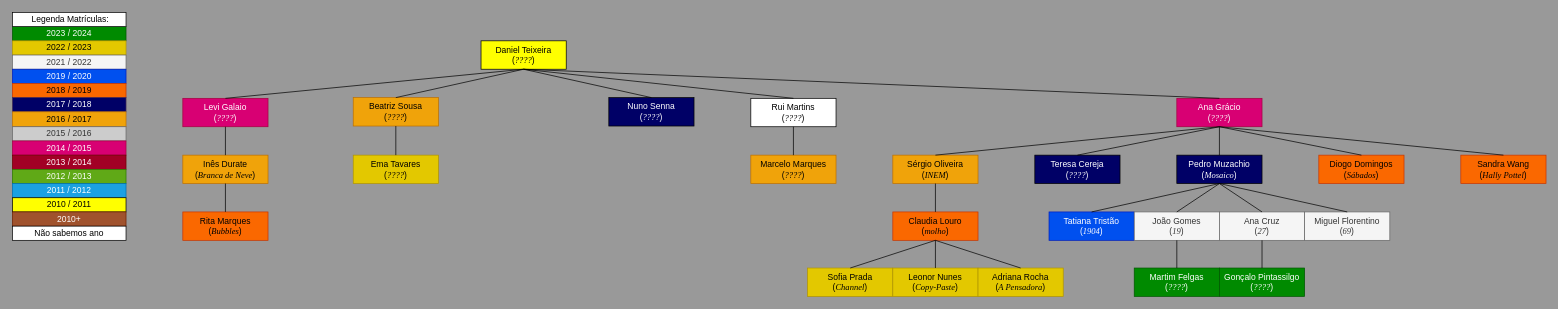
Earlier version of the draw.io diagram Draw.io/Familia_do_Daniel_Teixeira.drawio (pdmtmr/PDMTMRTESTLOCATION-AKA-ARBUSTO). Source tidied: cells renumbered, new cells numbered last; positions are measured from the earlier drawing's top-left corner, leaving out a move shared by most shapes. Both pictures are drawn from the tidied source at 71%, with x=0, y=0 at pixel (12, 12).
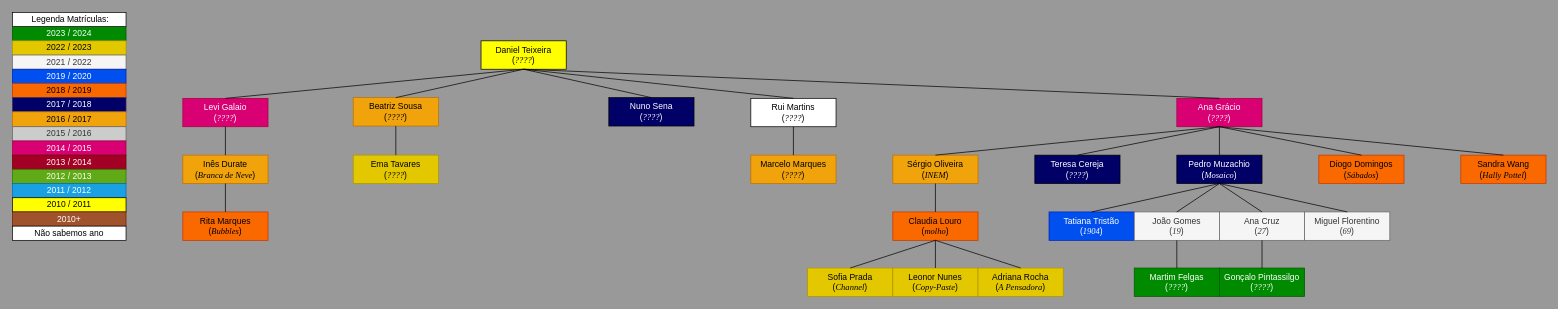
Above is the later version.

Diff of the diagram source:
```diff
@@
-    <mxCell id="63" value="&lt;div&gt;&lt;span style=&quot;background-color: initial;&quot;&gt;Nuno Senna&lt;/span&gt;&lt;/div&gt;&lt;div&gt;&lt;span style=&quot;background-color: initial;&quot;&gt;(&lt;/span&gt;&lt;i style=&quot;background-color: initial;&quot;&gt;&lt;font face=&quot;Times New Roman&quot;&gt;????&lt;/font&gt;&lt;/i&gt;&lt;span style=&quot;background-color: initial;&quot;&gt;)&lt;/span&gt;&lt;/div&gt;" style="rounded=0;whiteSpace=wrap;html=1;fillColor=#000066;fontColor=#FFFFFF;" parent="1" vertex="1">
+    <mxCell id="63" value="&lt;div&gt;&lt;span style=&quot;background-color: initial;&quot;&gt;Nuno Sena&lt;/span&gt;&lt;/div&gt;&lt;div&gt;&lt;span style=&quot;background-color: initial;&quot;&gt;(&lt;/span&gt;&lt;i style=&quot;background-color: initial;&quot;&gt;&lt;font face=&quot;Times New Roman&quot;&gt;????&lt;/font&gt;&lt;/i&gt;&lt;span style=&quot;background-color: initial;&quot;&gt;)&lt;/span&gt;&lt;/div&gt;" style="rounded=0;whiteSpace=wrap;html=1;fillColor=#000066;fontColor=#FFFFFF;" parent="1" vertex="1">
       <mxGeometry x="840" y="120" width="120" height="40" as="geometry" />
     </mxCell>
```
